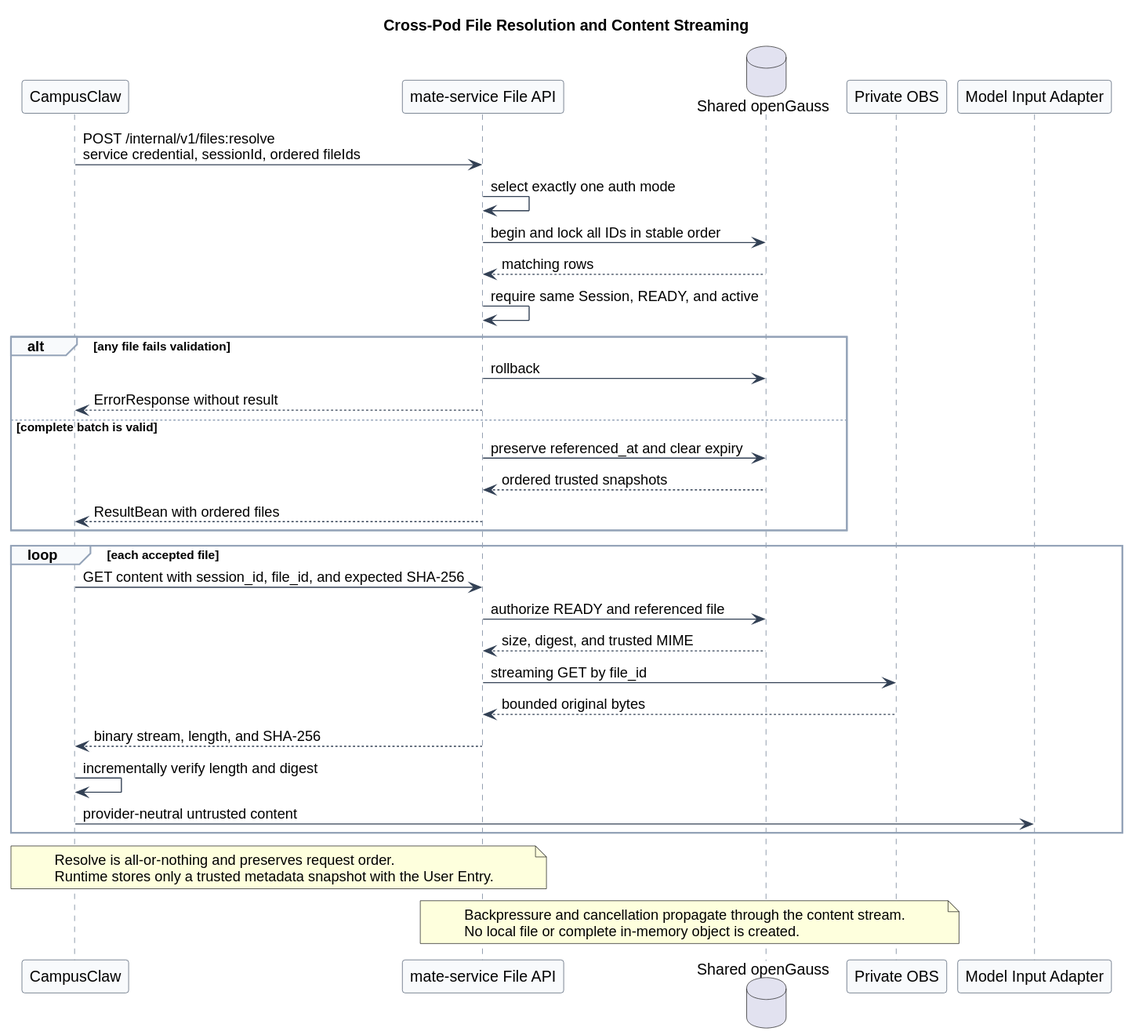
Before: 02-服务与接口/01-CampusMate附件服务/file_cross_pod_resolution_flow.svg, a diagram exported from PlantUML (ssm0808/pi-mono-java-design).
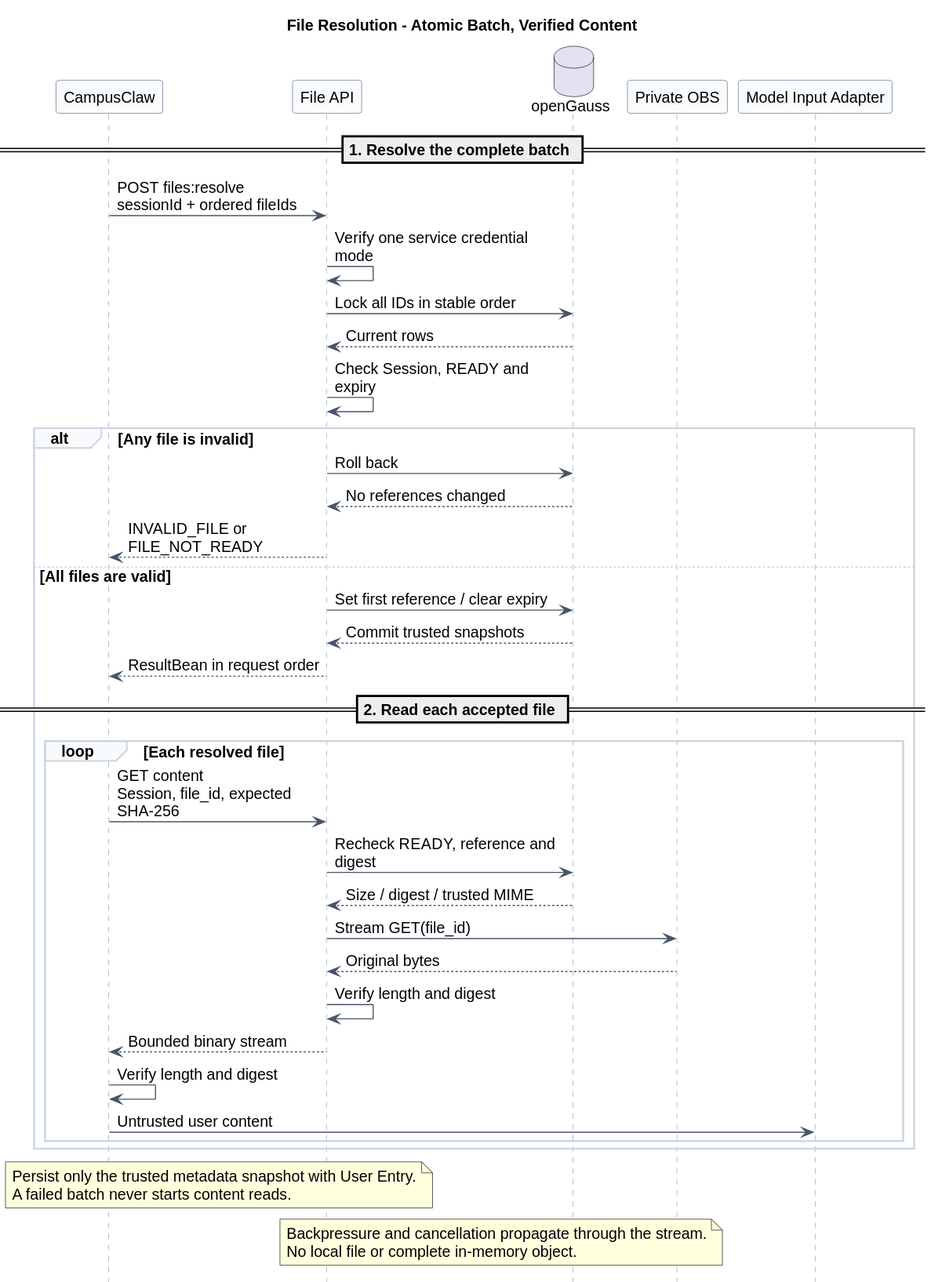
After the commit.

What changed in the source:
```diff
@@ -1,59 +1,62 @@
 @startuml
-title Cross-Pod File Resolution and Content Streaming
 
-
-skinparam backgroundColor #FFFFFF
+skinparam backgroundColor white
 skinparam shadowing false
 skinparam defaultFontName Arial
+skinparam defaultFontSize 14
+skinparam maxMessageSize 210
+skinparam sequenceMessageAlign left
+hide footbox
 skinparam sequence {
-  ArrowColor #334155
-  LifeLineBorderColor #64748B
-  LifeLineBackgroundColor #F8FAFC
-  ParticipantBorderColor #475569
+  ArrowColor #475569
+  LifeLineBorderColor #94A3B8
+  ParticipantBorderColor #64748B
   ParticipantBackgroundColor #F8FAFC
-  GroupBorderColor #94A3B8
+  GroupBorderColor #CBD5E1
   GroupBackgroundColor #F8FAFC
 }
+title File Resolution - Atomic Batch, Verified Content
+participant CampusClaw as Runtime
+participant "File API" as API
+database openGauss as DB
+participant "Private OBS" as OBS
+participant "Model Input Adapter" as Model
 
-participant "CampusClaw" as runtime
-participant "mate-service File API" as api
-database "Shared openGauss" as db
-participant "Private OBS" as obs
-participant "Model Input Adapter" as model
+== 1. Resolve the complete batch ==
+Runtime -> API : POST files:resolve\nsessionId + ordered fileIds
+API -> API : Verify one service credential mode
+API -> DB : Lock all IDs in stable order
+DB --> API : Current rows
+API -> API : Check Session, READY and expiry
+alt Any file is invalid
+  API -> DB : Roll back
+  DB --> API : No references changed
+  API --> Runtime : INVALID_FILE or FILE_NOT_READY
+else All files are valid
+  API -> DB : Set first reference / clear expiry
+  DB --> API : Commit trusted snapshots
+  API --> Runtime : ResultBean in request order
 
-runtime -> api : POST /internal/v1/files:resolve\nservice credential, sessionId, ordered fileIds
-api -> api : select exactly one auth mode
-api -> db : begin and lock all IDs in stable order
-db --> api : matching rows
-api -> api : require same Session, READY, and active
-
-alt any file fails validation
-  api -> db : rollback
-  api --> runtime : ErrorResponse without result
-else complete batch is valid
-  api -> db : preserve referenced_at and clear expiry
-  db --> api : ordered trusted snapshots
-  api --> runtime : ResultBean with ordered files
+  == 2. Read each accepted file ==
+  loop Each resolved file
+    Runtime -> API : GET content\nSession, file_id, expected SHA-256
+    API -> DB : Recheck READY, reference and digest
+    DB --> API : Size / digest / trusted MIME
+    API -> OBS : Stream GET(file_id)
+    OBS --> API : Original bytes
+    API -> API : Verify length and digest
+    API --> Runtime : Bounded binary stream
+    Runtime -> Runtime : Verify length and digest
+    Runtime -> Model : Untrusted user content
+  end
 end
 
-loop each accepted file
-  runtime -> api : GET content with session_id, file_id, and expected SHA-256
-  api -> db : authorize READY and referenced file
-  db --> api : size, digest, and trusted MIME
-  api -> obs : streaming GET by file_id
-  obs --> api : bounded original bytes
-  api --> runtime : binary stream, length, and SHA-256
-  runtime -> runtime : incrementally verify length and digest
-  runtime -> model : provider-neutral untrusted content
-end
-
-note over runtime,api
-Resolve is all-or-nothing and preserves request order.
-Runtime stores only a trusted metadata snapshot with the User Entry.
+note over Runtime,API
+Persist only the trusted metadata snapshot with User Entry.
+A failed batch never starts content reads.
 end note
-
-note over api,obs
-Backpressure and cancellation propagate through the content stream.
-No local file or complete in-memory object is created.
+note over API,OBS
+Backpressure and cancellation propagate through the stream.
+No local file or complete in-memory object.
 end note
 @enduml
```
